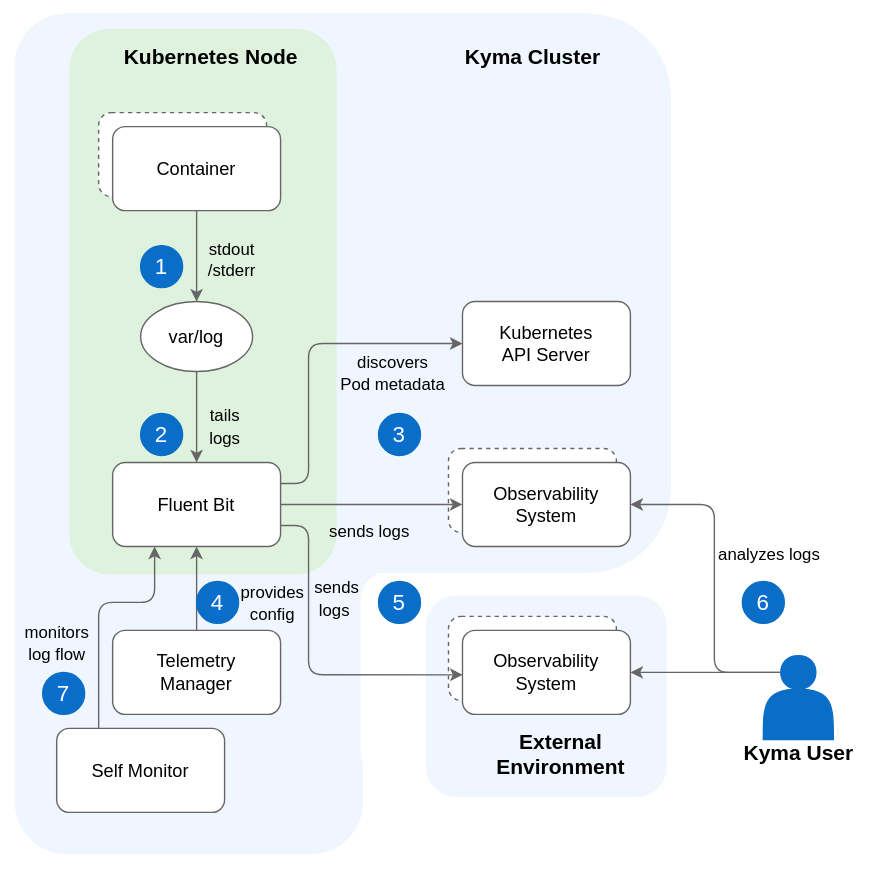
kyma-project/telemetry-manager keeps this draw.io diagram as docs/user/assets/logs-arch.drawio.svg. Above is the earlier version. Source tidied: cells renumbered, new cells last; positions are measured from the earlier drawing's top-left corner, leaving out a move shared by most shapes.
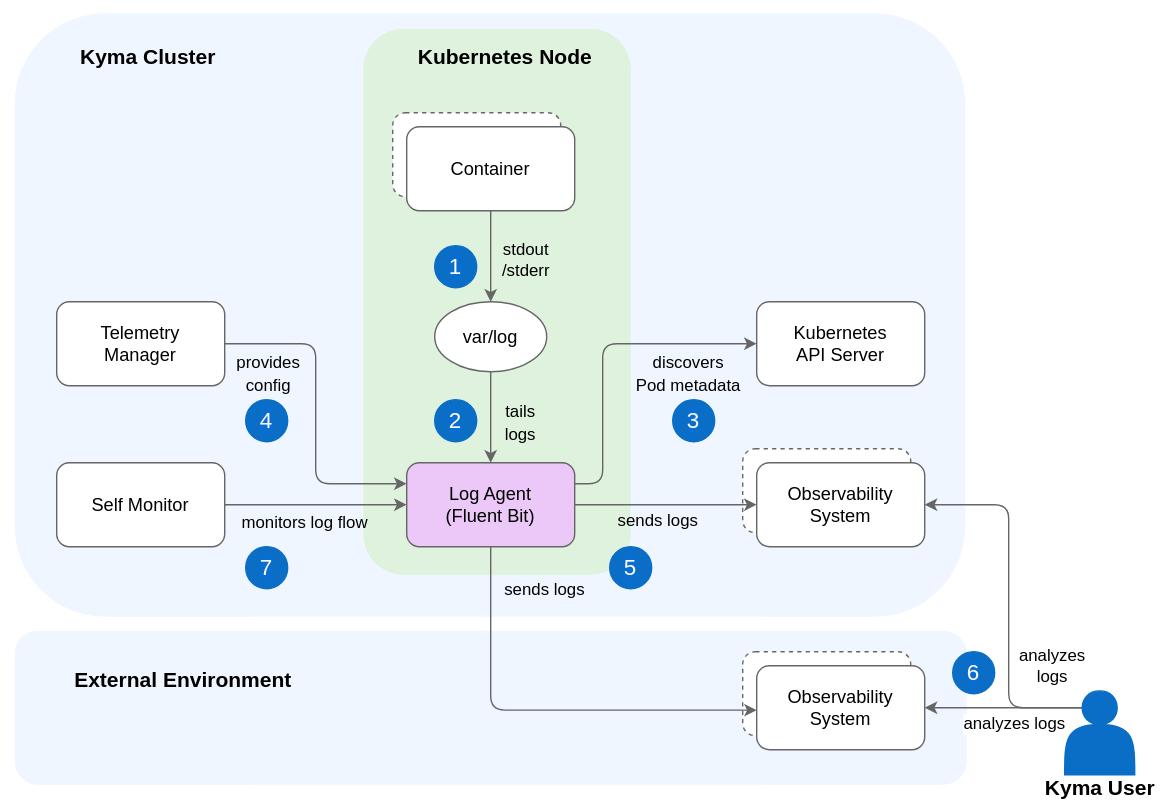
Later version of the same file.

Commit message:
updated logs arch diagram

The edit, as a diff of the source:
```diff
@@ -3,49 +3,40 @@
     <mxCell id="0" />
     <mxCell id="1" parent="0" />
     <mxCell id="2" style="rounded=0;whiteSpace=wrap;html=1;strokeColor=none;fillColor=#FFFFFF;" parent="1" vertex="1">
-      <mxGeometry width="620" height="620" as="geometry" />
+      <mxGeometry x="30" width="830" height="580" as="geometry" />
     </mxCell>
-    <mxCell id="3" style="rounded=1;whiteSpace=wrap;html=1;strokeColor=none;fillColor=#F0F6FF;" parent="1" vertex="1">
-      <mxGeometry x="249" y="402.5" width="118.7" height="135" as="geometry" />
-    </mxCell>
-    <mxCell id="4" style="rounded=1;whiteSpace=wrap;html=1;strokeColor=none;fillColor=#F0F6FF;" parent="1" vertex="1">
-      <mxGeometry x="10" y="9" width="249" height="601" as="geometry" />
-    </mxCell>
-    <mxCell id="5" style="rounded=1;whiteSpace=wrap;html=1;strokeColor=none;" parent="1" vertex="1">
-      <mxGeometry x="257.2" y="407.5" width="138.3" height="150" as="geometry" />
-    </mxCell>
     <mxCell id="6" style="rounded=1;whiteSpace=wrap;html=1;strokeColor=none;fillColor=#F0F6FF;" parent="1" vertex="1">
-      <mxGeometry x="30" y="9" width="449" height="400" as="geometry" />
+      <mxGeometry x="40" y="9" width="679" height="431" as="geometry" />
     </mxCell>
     <mxCell id="7" style="rounded=1;whiteSpace=wrap;html=1;strokeColor=none;fillColor=#DEF2DD;" parent="1" vertex="1">
-      <mxGeometry x="49" y="20" width="191" height="390" as="geometry" />
+      <mxGeometry x="289" y="20" width="191" height="390" as="geometry" />
     </mxCell>
     <mxCell id="8" style="rounded=1;whiteSpace=wrap;html=1;fillColor=#ffffff;gradientColor=none;strokeColor=#666666;dashed=1;" parent="1" vertex="1">
-      <mxGeometry x="70" y="80" width="120" height="60" as="geometry" />
+      <mxGeometry x="310" y="80" width="120" height="60" as="geometry" />
     </mxCell>
     <mxCell id="9" value="Container" style="rounded=1;whiteSpace=wrap;html=1;fontSize=13;strokeColor=#666666;" parent="1" vertex="1">
-      <mxGeometry x="80" y="90" width="120" height="60" as="geometry" />
+      <mxGeometry x="320" y="90" width="120" height="60" as="geometry" />
     </mxCell>
     <mxCell id="10" value="var/log" style="ellipse;whiteSpace=wrap;html=1;fontSize=13;strokeColor=#666666;" parent="1" vertex="1">
-      <mxGeometry x="100" y="215" width="80" height="50" as="geometry" />
+      <mxGeometry x="340" y="215" width="80" height="50" as="geometry" />
     </mxCell>
     <mxCell id="11" style="edgeStyle=orthogonalEdgeStyle;rounded=1;jettySize=auto;html=1;startArrow=none;startFill=0;endArrow=classic;endFill=1;strokeColor=#666666;exitX=0.5;exitY=1;exitDx=0;exitDy=0;entryX=0.5;entryY=0;entryDx=0;entryDy=0;" parent="1" edge="1" source="9" target="10">
       <mxGeometry relative="1" as="geometry" />
     </mxCell>
     <mxCell id="12" value="stdout&lt;br&gt;/stderr" style="text;html=1;align=center;verticalAlign=middle;" parent="1" vertex="1">
-      <mxGeometry x="140" y="170" width="50" height="30" as="geometry" />
+      <mxGeometry x="380" y="170" width="50" height="30" as="geometry" />
     </mxCell>
-    <mxCell id="13" value="Fluent Bit" style="rounded=1;whiteSpace=wrap;html=1;fontSize=13;strokeColor=#666666;" parent="1" vertex="1">
-      <mxGeometry x="80" y="330" width="120" height="60" as="geometry" />
+    <mxCell id="13" value="Log Agent&lt;br&gt;(Fluent Bit)" style="rounded=1;whiteSpace=wrap;html=1;fontSize=13;strokeColor=#666666;fillColor=#ECC8F9;" parent="1" vertex="1">
+      <mxGeometry x="320" y="330" width="120" height="60" as="geometry" />
     </mxCell>
     <mxCell id="14" value="&lt;font style=&quot;font-size: 16px&quot;&gt;1&lt;/font&gt;" style="ellipse;whiteSpace=wrap;html=1;labelBackgroundColor=#0A6ED1;fontColor=#FFFFFF;fillColor=#0A6EC7;strokeColor=#0A6EC7;" parent="1" vertex="1">
-      <mxGeometry x="100" y="175" width="30" height="30" as="geometry" />
+      <mxGeometry x="340" y="175" width="30" height="30" as="geometry" />
     </mxCell>
     <mxCell id="15" style="edgeStyle=orthogonalEdgeStyle;rounded=1;jettySize=auto;html=1;startArrow=none;startFill=0;endArrow=classic;endFill=1;exitX=1;exitY=0.25;exitDx=0;exitDy=0;strokeColor=#666666;entryX=0;entryY=0.5;entryDx=0;entryDy=0;" parent="1" edge="1" source="13" target="25">
       <mxGeometry relative="1" as="geometry">
         <Array as="points">
-          <mxPoint x="220" y="345" />
-          <mxPoint x="220" y="245" />
+          <mxPoint x="460" y="345" />
+          <mxPoint x="460" y="245" />
         </Array>
       </mxGeometry>
     </mxCell>
@@ -55,23 +46,20 @@
       </mxGeometry>
     </mxCell>
     <mxCell id="17" value="&lt;font style=&quot;font-size: 16px&quot;&gt;2&lt;/font&gt;" style="ellipse;whiteSpace=wrap;html=1;labelBackgroundColor=#0A6ED1;fontColor=#FFFFFF;fillColor=#0A6EC7;strokeColor=#0A6EC7;" parent="1" vertex="1">
-      <mxGeometry x="100" y="295" width="30" height="30" as="geometry" />
+      <mxGeometry x="340" y="285" width="30" height="30" as="geometry" />
     </mxCell>
-    <mxCell id="18" value="&lt;font style=&quot;font-size: 16px&quot;&gt;5&lt;/font&gt;" style="ellipse;whiteSpace=wrap;html=1;labelBackgroundColor=#0A6ED1;fontColor=#FFFFFF;fillColor=#0A6EC7;strokeColor=#0A6EC7;" parent="1" vertex="1">
-      <mxGeometry x="270" y="415" width="30" height="30" as="geometry" />
-    </mxCell>
     <mxCell id="19" value="sends logs&amp;nbsp;" style="text;html=1;align=center;verticalAlign=middle;strokeColor=none;" parent="1" vertex="1">
-      <mxGeometry x="225" y="365" width="80" height="30" as="geometry" />
+      <mxGeometry x="461" y="357" width="80" height="30" as="geometry" />
     </mxCell>
     <mxCell id="20" value="&lt;font style=&quot;font-size: 15px&quot;&gt;&lt;b&gt;Kubernetes Node&lt;/b&gt;&lt;/font&gt;" style="text;html=1;align=center;verticalAlign=middle;" parent="1" vertex="1">
-      <mxGeometry x="80" y="30" width="140" height="20" as="geometry" />
+      <mxGeometry x="320" y="30" width="140" height="20" as="geometry" />
     </mxCell>
-    <mxCell id="21" style="edgeStyle=orthogonalEdgeStyle;rounded=1;jettySize=auto;html=1;startArrow=none;startFill=0;endArrow=classic;endFill=1;exitX=0.5;exitY=0;exitDx=0;exitDy=0;strokeColor=#666666;entryX=0.5;entryY=1;entryDx=0;entryDy=0;" parent="1" edge="1" source="27" target="13">
+    <mxCell id="21" style="edgeStyle=orthogonalEdgeStyle;rounded=1;jettySize=auto;html=1;startArrow=none;startFill=0;endArrow=classic;endFill=1;exitX=1;exitY=0.5;exitDx=0;exitDy=0;strokeColor=#666666;entryX=0;entryY=0.25;entryDx=0;entryDy=0;" parent="1" edge="1" source="27" target="13">
       <mxGeometry relative="1" as="geometry" />
     </mxCell>
     <mxCell id="22" value="&lt;font style=&quot;font-size: 12px&quot;&gt;provides&lt;br&gt;config&lt;br&gt;&lt;/font&gt;" style="text;html=1;align=center;verticalAlign=middle;labelBackgroundColor=none;fontSize=13;" parent="21" vertex="1">
       <mxGeometry x="-0.24" y="2" relative="1" as="geometry">
-        <mxPoint x="56" y="3" as="offset" />
+        <mxPoint x="-37" y="-3" as="offset" />
       </mxGeometry>
     </mxCell>
     <mxCell id="23" style="edgeStyle=orthogonalEdgeStyle;rounded=1;jettySize=auto;html=1;startArrow=none;startFill=0;endArrow=classic;endFill=1;exitX=0.5;exitY=1;exitDx=0;exitDy=0;strokeColor=#666666;entryX=0.5;entryY=0;entryDx=0;entryDy=0;" parent="1" edge="1" source="10" target="13">
@@ -79,76 +67,45 @@
     </mxCell>
     <mxCell id="24" value="&lt;font style=&quot;font-size: 12px&quot;&gt;tails &lt;br&gt;logs&lt;br&gt;&lt;/font&gt;" style="text;html=1;align=center;verticalAlign=middle;labelBackgroundColor=none;fontSize=13;" parent="23" vertex="1">
       <mxGeometry x="-0.24" y="2" relative="1" as="geometry">
-        <mxPoint x="18" y="14" as="offset" />
+        <mxPoint x="18" y="10" as="offset" />
       </mxGeometry>
     </mxCell>
     <mxCell id="25" value="Kubernetes&lt;br&gt;API Server" style="rounded=1;whiteSpace=wrap;html=1;fontSize=13;strokeColor=#666666;" parent="1" vertex="1">
-      <mxGeometry x="330" y="215" width="120" height="60" as="geometry" />
+      <mxGeometry x="570" y="215" width="120" height="60" as="geometry" />
     </mxCell>
     <mxCell id="26" value="&lt;font style=&quot;font-size: 16px&quot;&gt;3&lt;/font&gt;" style="ellipse;whiteSpace=wrap;html=1;labelBackgroundColor=#0A6ED1;fontColor=#FFFFFF;fillColor=#0A6EC7;strokeColor=#0A6EC7;" parent="1" vertex="1">
-      <mxGeometry x="270" y="295" width="30" height="30" as="geometry" />
+      <mxGeometry x="510" y="285" width="30" height="30" as="geometry" />
     </mxCell>
     <mxCell id="27" value="Telemetry&lt;br&gt;Manager" style="rounded=1;whiteSpace=wrap;html=1;fontSize=13;strokeColor=#666666;" parent="1" vertex="1">
-      <mxGeometry x="80" y="450" width="120" height="60" as="geometry" />
+      <mxGeometry x="70" y="215" width="120" height="60" as="geometry" />
     </mxCell>
     <mxCell id="28" value="&lt;font style=&quot;font-size: 16px&quot;&gt;4&lt;/font&gt;" style="ellipse;whiteSpace=wrap;html=1;labelBackgroundColor=#0A6ED1;fontColor=#FFFFFF;fillColor=#0A6EC7;strokeColor=#0A6EC7;" parent="1" vertex="1">
-      <mxGeometry x="140" y="415" width="30" height="30" as="geometry" />
+      <mxGeometry x="205" y="285" width="30" height="30" as="geometry" />
     </mxCell>
-    <mxCell id="29" style="rounded=1;whiteSpace=wrap;html=1;strokeColor=none;fillColor=#F0F6FF;" parent="1" vertex="1">
-      <mxGeometry x="304" y="425" width="172" height="144" as="geometry" />
-    </mxCell>
-    <mxCell id="30" value="Observability&lt;br&gt;System" style="rounded=1;whiteSpace=wrap;html=1;fontSize=13;strokeColor=#666666;dashed=1;" parent="1" vertex="1">
-      <mxGeometry x="320" y="440" width="120" height="60" as="geometry" />
-    </mxCell>
-    <mxCell id="31" style="edgeStyle=orthogonalEdgeStyle;rounded=1;jettySize=auto;html=1;strokeColor=#666666;entryX=1;entryY=0.5;entryDx=0;entryDy=0;exitX=0.25;exitY=0.2;exitDx=0;exitDy=0;exitPerimeter=0;" parent="1" edge="1" source="43" target="37">
-      <mxGeometry relative="1" as="geometry" />
-    </mxCell>
     <mxCell id="32" value="&lt;font style=&quot;font-size: 15px&quot;&gt;&lt;b&gt;Kyma Cluster&lt;/b&gt;&lt;/font&gt;" style="text;html=1;align=center;verticalAlign=middle;" parent="1" vertex="1">
-      <mxGeometry x="325" y="30" width="110" height="20" as="geometry" />
+      <mxGeometry x="80" y="30" width="110" height="20" as="geometry" />
     </mxCell>
-    <mxCell id="33" value="&lt;font style=&quot;font-size: 15px&quot;&gt;&lt;b&gt;External&lt;br&gt;Environment&lt;/b&gt;&lt;/font&gt;" style="text;html=1;align=center;verticalAlign=middle;" parent="1" vertex="1">
-      <mxGeometry x="345" y="517.5" width="110" height="40" as="geometry" />
-    </mxCell>
-    <mxCell id="34" value="&lt;font style=&quot;font-size: 16px&quot;&gt;6&lt;/font&gt;" style="ellipse;whiteSpace=wrap;html=1;labelBackgroundColor=#0A6ED1;fontColor=#FFFFFF;fillColor=#0A6EC7;strokeColor=#0A6EC7;" parent="1" vertex="1">
-      <mxGeometry x="530" y="415" width="30" height="30" as="geometry" />
-    </mxCell>
-    <mxCell id="35" style="edgeStyle=orthogonalEdgeStyle;rounded=1;jettySize=auto;html=1;startArrow=none;startFill=0;endArrow=classic;endFill=1;exitX=1;exitY=0.75;exitDx=0;exitDy=0;strokeColor=#666666;entryX=0.001;entryY=0.529;entryDx=0;entryDy=0;entryPerimeter=0;" parent="1" edge="1" source="13" target="37">
-      <mxGeometry relative="1" as="geometry">
-        <Array as="points">
-          <mxPoint x="220" y="375" />
-          <mxPoint x="220" y="482" />
-        </Array>
-      </mxGeometry>
-    </mxCell>
-    <mxCell id="36" value="&lt;span style=&quot;font-size: 12px&quot;&gt;sends&lt;br&gt;logs&lt;/span&gt;&lt;span style=&quot;font-size: 12px&quot;&gt;&amp;nbsp;&lt;/span&gt;" style="text;html=1;align=center;verticalAlign=middle;labelBackgroundColor=none;fontSize=13;" parent="35" vertex="1">
-      <mxGeometry x="-0.24" y="2" relative="1" as="geometry">
-        <mxPoint x="18" y="-19" as="offset" />
-      </mxGeometry>
-    </mxCell>
-    <mxCell id="37" value="Observability&lt;br&gt;System" style="rounded=1;whiteSpace=wrap;html=1;fontSize=13;strokeColor=#666666;" parent="1" vertex="1">
-      <mxGeometry x="330" y="450" width="120" height="60" as="geometry" />
-    </mxCell>
     <mxCell id="38" value="Observability&lt;br&gt;System" style="rounded=1;whiteSpace=wrap;html=1;fontSize=13;strokeColor=#666666;dashed=1;" parent="1" vertex="1">
-      <mxGeometry x="320" y="320" width="120" height="60" as="geometry" />
+      <mxGeometry x="560" y="320" width="120" height="60" as="geometry" />
     </mxCell>
     <mxCell id="39" value="Observability&lt;br&gt;System" style="rounded=1;whiteSpace=wrap;html=1;fontSize=13;strokeColor=#666666;" parent="1" vertex="1">
-      <mxGeometry x="330" y="330" width="120" height="60" as="geometry" />
+      <mxGeometry x="570" y="330" width="120" height="60" as="geometry" />
     </mxCell>
     <mxCell id="40" style="rounded=1;jettySize=auto;html=1;strokeColor=#666666;entryX=1;entryY=0.5;entryDx=0;entryDy=0;exitX=0.25;exitY=0.2;exitDx=0;exitDy=0;exitPerimeter=0;edgeStyle=orthogonalEdgeStyle;" parent="1" edge="1" source="43" target="39">
       <mxGeometry relative="1" as="geometry">
         <Array as="points">
-          <mxPoint x="510" y="480" />
-          <mxPoint x="510" y="360" />
+          <mxPoint x="750" y="505" />
+          <mxPoint x="750" y="360" />
         </Array>
       </mxGeometry>
     </mxCell>
-    <mxCell id="41" value="analyzes logs" style="edgeLabel;html=1;align=center;verticalAlign=middle;fontSize=12;" parent="40" vertex="1">
-      <mxGeometry x="0.09" y="-1" relative="1" as="geometry">
-        <mxPoint x="38" y="-8" as="offset" />
-      </mxGeometry>
-    </mxCell>
+    <mxCell id="50" value="&lt;font style=&quot;font-size: 12px;&quot;&gt;analyzes &lt;br&gt;logs&lt;/font&gt;" style="edgeLabel;html=1;align=center;verticalAlign=middle;" parent="40" vertex="1">
+      <mxGeometry x="-0.05" relative="1" as="geometry">
+        <mxPoint x="30" y="40" as="offset" />
+      </mxGeometry>
+    </mxCell>
     <mxCell id="42" style="group;" parent="1" vertex="1">
-      <mxGeometry x="525" y="468" width="90" height="79" as="geometry" />
+      <mxGeometry x="770" y="493" width="90" height="79" as="geometry" />
     </mxCell>
     <mxCell id="43" style="shape=actor;whiteSpace=wrap;html=1;fillColor=#0A6EC7;strokeColor=#0A6EC7;" parent="42" vertex="1">
       <mxGeometry x="20" width="50" height="60" as="geometry" />
@@ -159,29 +116,72 @@
     <mxCell id="45" style="edgeStyle=orthogonalEdgeStyle;rounded=1;jettySize=auto;html=1;startArrow=none;startFill=0;endArrow=classic;endFill=1;strokeColor=#666666;exitX=1;exitY=0.5;exitDx=0;exitDy=0;entryX=0;entryY=0.5;entryDx=0;entryDy=0;" parent="1" edge="1" source="13" target="39">
       <mxGeometry relative="1" as="geometry">
         <Array as="points">
-          <mxPoint x="220" y="360" />
-          <mxPoint x="220" y="360" />
+          <mxPoint x="460" y="360" />
+          <mxPoint x="460" y="360" />
         </Array>
       </mxGeometry>
     </mxCell>
     <mxCell id="46" value="Self Monitor" style="rounded=1;whiteSpace=wrap;html=1;fontSize=13;strokeColor=#666666;" parent="1" vertex="1">
-      <mxGeometry x="40" y="520" width="120" height="60" as="geometry" />
+      <mxGeometry x="70" y="330" width="120" height="60" as="geometry" />
     </mxCell>
-    <mxCell id="47" style="edgeStyle=orthogonalEdgeStyle;rounded=1;jettySize=auto;html=1;startArrow=none;startFill=0;endArrow=classic;endFill=1;exitX=0.25;exitY=0;exitDx=0;exitDy=0;strokeColor=#666666;entryX=0.25;entryY=1;entryDx=0;entryDy=0;" parent="1" edge="1" source="46" target="13">
+    <mxCell id="47" style="edgeStyle=orthogonalEdgeStyle;rounded=1;jettySize=auto;html=1;startArrow=none;startFill=0;endArrow=classic;endFill=1;exitX=1;exitY=0.5;exitDx=0;exitDy=0;strokeColor=#666666;entryX=0;entryY=0.5;entryDx=0;entryDy=0;" parent="1" edge="1" source="46" target="13">
       <mxGeometry relative="1" as="geometry">
         <Array as="points">
-          <mxPoint x="70" y="430" />
-          <mxPoint x="110" y="430" />
+          <mxPoint x="290" y="360" />
+          <mxPoint x="290" y="360" />
         </Array>
       </mxGeometry>
     </mxCell>
+    <mxCell id="51" value="&lt;font style=&quot;font-size: 12px;&quot;&gt;monitors log flow&lt;/font&gt;" style="edgeLabel;html=1;align=center;verticalAlign=middle;labelBackgroundColor=none;" parent="47" vertex="1">
+      <mxGeometry x="-0.55" y="4" relative="1" as="geometry">
+        <mxPoint x="27" y="16" as="offset" />
+      </mxGeometry>
+    </mxCell>
-    <mxCell id="48" value="&lt;font style=&quot;font-size: 12px&quot;&gt;monitors&lt;br&gt;log flow&lt;br&gt;&lt;/font&gt;" style="text;html=1;align=center;verticalAlign=middle;labelBackgroundColor=none;fontSize=13;" parent="1" vertex="1">
-      <mxGeometry x="170" y="430" as="geometry">
+    <mxCell id="48" value="&lt;font style=&quot;font-size: 12px&quot;&gt;&lt;br&gt;&lt;/font&gt;" style="text;html=1;align=center;verticalAlign=middle;labelBackgroundColor=none;fontSize=13;" parent="1" vertex="1">
+      <mxGeometry x="410" y="430" as="geometry">
         <mxPoint x="-130" y="29" as="offset" />
       </mxGeometry>
     </mxCell>
     <mxCell id="49" value="&lt;font style=&quot;font-size: 16px&quot;&gt;7&lt;/font&gt;" style="ellipse;whiteSpace=wrap;html=1;labelBackgroundColor=#0A6ED1;fontColor=#FFFFFF;fillColor=#0A6EC7;strokeColor=#0A6EC7;" parent="1" vertex="1">
-      <mxGeometry x="30" y="480" width="30" height="30" as="geometry" />
+      <mxGeometry x="205" y="390" width="30" height="30" as="geometry" />
     </mxCell>
+    <mxCell id="29" style="rounded=1;whiteSpace=wrap;html=1;strokeColor=none;fillColor=#F0F6FF;" parent="1" vertex="1">
+      <mxGeometry x="40" y="450" width="680" height="110" as="geometry" />
+    </mxCell>
+    <mxCell id="18" value="&lt;font style=&quot;font-size: 16px&quot;&gt;5&lt;/font&gt;" style="ellipse;whiteSpace=wrap;html=1;labelBackgroundColor=#0A6ED1;fontColor=#FFFFFF;fillColor=#0A6EC7;strokeColor=#0A6EC7;" parent="1" vertex="1">
+      <mxGeometry x="465" y="390" width="30" height="30" as="geometry" />
+    </mxCell>
+    <mxCell id="30" value="Observability&lt;br&gt;System" style="rounded=1;whiteSpace=wrap;html=1;fontSize=13;strokeColor=#666666;dashed=1;" parent="1" vertex="1">
+      <mxGeometry x="560" y="465" width="120" height="60" as="geometry" />
+    </mxCell>
+    <mxCell id="33" value="&lt;font style=&quot;font-size: 15px&quot;&gt;&lt;b&gt;External Environment&lt;/b&gt;&lt;/font&gt;" style="text;html=1;align=center;verticalAlign=middle;" parent="1" vertex="1">
+      <mxGeometry x="70" y="470" width="180" height="30" as="geometry" />
+    </mxCell>
+    <mxCell id="37" value="Observability&lt;br&gt;System" style="rounded=1;whiteSpace=wrap;html=1;fontSize=13;strokeColor=#666666;" parent="1" vertex="1">
+      <mxGeometry x="570" y="475" width="120" height="60" as="geometry" />
+    </mxCell>
+    <mxCell id="35" style="edgeStyle=orthogonalEdgeStyle;rounded=1;jettySize=auto;html=1;startArrow=none;startFill=0;endArrow=classic;endFill=1;exitX=0.5;exitY=1;exitDx=0;exitDy=0;strokeColor=#666666;entryX=0.001;entryY=0.529;entryDx=0;entryDy=0;entryPerimeter=0;" parent="1" edge="1" source="13" target="37">
+      <mxGeometry relative="1" as="geometry">
+        <Array as="points">
+          <mxPoint x="380" y="507" />
+        </Array>
+      </mxGeometry>
+    </mxCell>
+    <mxCell id="36" value="&lt;font style=&quot;font-size: 12px;&quot;&gt;sends logs&amp;nbsp;&lt;/font&gt;" style="text;html=1;align=center;verticalAlign=middle;labelBackgroundColor=none;fontSize=13;" parent="35" vertex="1">
+      <mxGeometry x="-0.24" y="2" relative="1" as="geometry">
+        <mxPoint x="39" y="-85" as="offset" />
+      </mxGeometry>
+    </mxCell>
+    <mxCell id="31" style="rounded=1;jettySize=auto;html=1;strokeColor=#666666;entryX=1;entryY=0.5;entryDx=0;entryDy=0;exitX=0.25;exitY=0.2;exitDx=0;exitDy=0;exitPerimeter=0;" parent="1" edge="1" source="43" target="37">
+      <mxGeometry relative="1" as="geometry" />
+    </mxCell>
+    <mxCell id="41" value="analyzes logs" style="edgeLabel;html=1;align=center;verticalAlign=middle;fontSize=12;" parent="31" vertex="1">
+      <mxGeometry x="0.09" y="-1" relative="1" as="geometry">
+        <mxPoint x="12" y="12" as="offset" />
+      </mxGeometry>
+    </mxCell>
+    <mxCell id="34" value="&lt;font style=&quot;font-size: 16px&quot;&gt;6&lt;/font&gt;" style="ellipse;whiteSpace=wrap;html=1;labelBackgroundColor=#0A6ED1;fontColor=#FFFFFF;fillColor=#0A6EC7;strokeColor=#0A6EC7;" parent="1" vertex="1">
+      <mxGeometry x="710" y="465" width="30" height="30" as="geometry" />
+    </mxCell>
   </root>
 </mxGraphModel>
```
